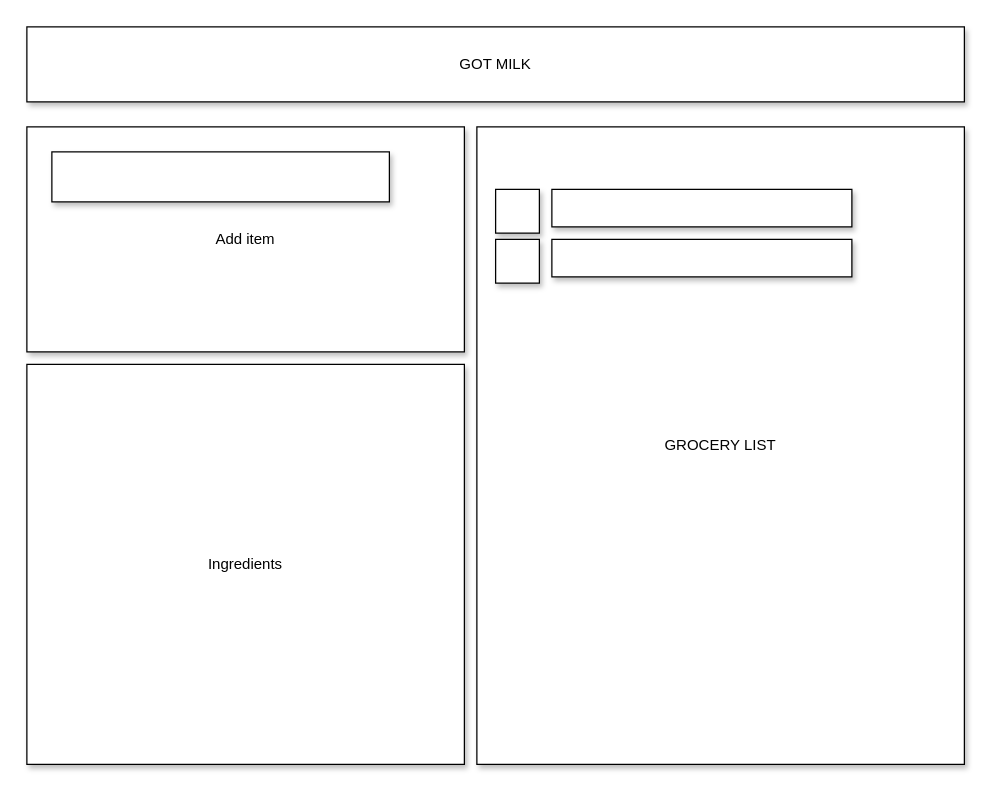
teshome28sara/Got_Milk- keeps this draw.io diagram as page "Dashboard" (3 of 4) of Planning/project.drawio. Above is the earlier version. Source tidied: cells renumbered, new cells numbered last; positions are measured from the earlier drawing's top-left corner, leaving out a move shared by most shapes. Both pictures are drawn from the tidied source at 125%, with x=0, y=0 at pixel (26, 26).
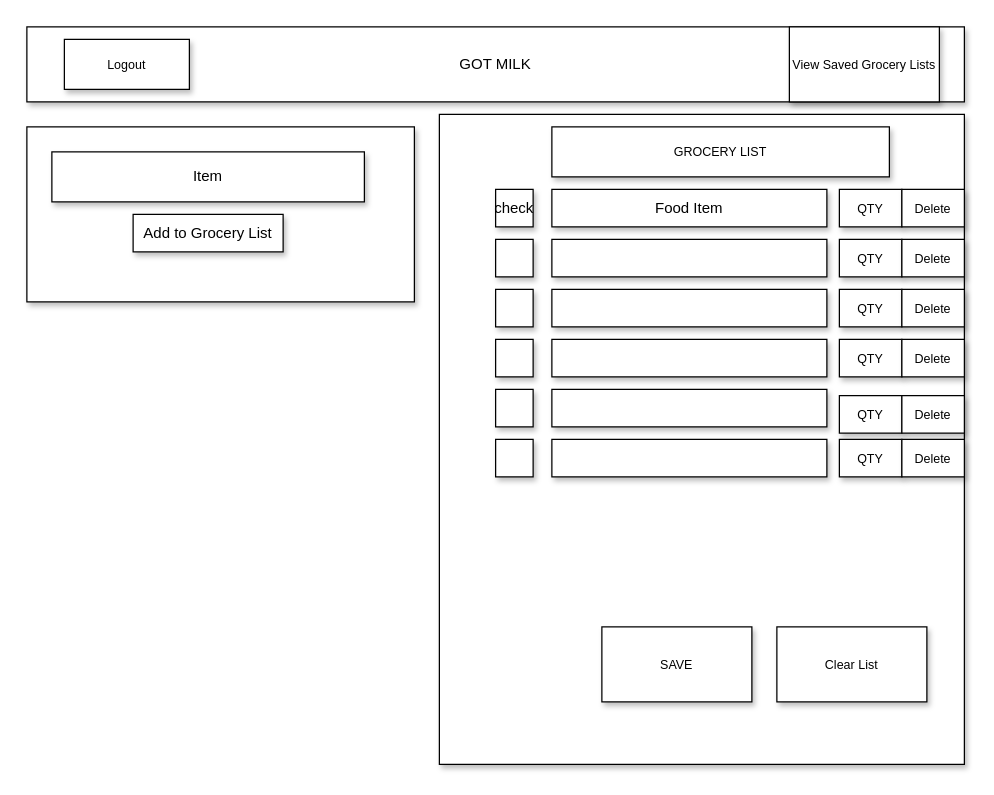
The same page after the edit.

Commit message:
added webpage layout

Change to the diagram source:
```diff
@@
-    <mxCell id="3" value="Add item" style="rounded=0;whiteSpace=wrap;html=1;shadow=1;" parent="1" vertex="1">
-      <mxGeometry y="80" width="350" height="180" as="geometry" />
+    <mxCell id="3" style="rounded=0;whiteSpace=wrap;html=1;shadow=1;fontStyle=1;" parent="1" vertex="1">
+      <mxGeometry y="80" width="310" height="140" as="geometry" />
     </mxCell>
-    <mxCell id="4" value="GROCERY LIST" style="rounded=0;whiteSpace=wrap;html=1;shadow=1;" parent="1" vertex="1">
-      <mxGeometry x="360" y="80" width="390" height="510" as="geometry" />
+    <mxCell id="4" style="rounded=0;whiteSpace=wrap;html=1;shadow=1;" parent="1" vertex="1">
+      <mxGeometry x="330" y="70" width="420" height="520" as="geometry" />
     </mxCell>
-    <mxCell id="5" value="Ingredients" style="rounded=0;whiteSpace=wrap;html=1;shadow=1;" parent="1" vertex="1">
-      <mxGeometry y="270" width="350" height="320" as="geometry" />
-    </mxCell>
-    <mxCell id="6" style="rounded=0;whiteSpace=wrap;html=1;shadow=1;" parent="1" vertex="1">
-      <mxGeometry x="20" y="100" width="270" height="40" as="geometry" />
+    <mxCell id="6" value="Item" style="rounded=0;whiteSpace=wrap;html=1;shadow=1;" parent="1" vertex="1">
+      <mxGeometry x="20" y="100" width="250" height="40" as="geometry" />
     </mxCell>
-    <mxCell id="7" style="rounded=0;whiteSpace=wrap;html=1;shadow=1;" parent="1" vertex="1">
-      <mxGeometry x="420" y="130" width="240" height="30" as="geometry" />
+    <mxCell id="7" value="Food Item" style="rounded=0;whiteSpace=wrap;html=1;shadow=1;" parent="1" vertex="1">
+      <mxGeometry x="420" y="130" width="220" height="30" as="geometry" />
     </mxCell>
     <mxCell id="8" style="rounded=0;whiteSpace=wrap;html=1;shadow=1;" parent="1" vertex="1">
-      <mxGeometry x="420" y="170" width="240" height="30" as="geometry" />
+      <mxGeometry x="420" y="170" width="220" height="30" as="geometry" />
     </mxCell>
-    <mxCell id="9" style="whiteSpace=wrap;html=1;shadow=1;" parent="1" vertex="1">
-      <mxGeometry x="375" y="130" width="35" height="35" as="geometry" />
+    <mxCell id="9" value="check" style="whiteSpace=wrap;html=1;shadow=1;" parent="1" vertex="1">
+      <mxGeometry x="375" y="130" width="30" height="30" as="geometry" />
     </mxCell>
     <mxCell id="10" style="whiteSpace=wrap;html=1;shadow=1;" parent="1" vertex="1">
-      <mxGeometry x="375" y="170" width="35" height="35" as="geometry" />
+      <mxGeometry x="375" y="170" width="30" height="30" as="geometry" />
     </mxCell>
+    <mxCell id="11" value="&lt;font style=&quot;font-size: 10px&quot;&gt;QTY&lt;/font&gt;" style="rounded=0;whiteSpace=wrap;html=1;shadow=1;" parent="1" vertex="1">
+      <mxGeometry x="650" y="130" width="50" height="30" as="geometry" />
+    </mxCell>
+    <mxCell id="12" style="rounded=0;whiteSpace=wrap;html=1;shadow=1;" parent="1" vertex="1">
+      <mxGeometry x="420" y="210" width="220" height="30" as="geometry" />
+    </mxCell>
+    <mxCell id="13" style="whiteSpace=wrap;html=1;shadow=1;" parent="1" vertex="1">
+      <mxGeometry x="375" y="210" width="30" height="30" as="geometry" />
+    </mxCell>
+    <mxCell id="14" style="rounded=0;whiteSpace=wrap;html=1;shadow=1;" parent="1" vertex="1">
+      <mxGeometry x="420" y="250" width="220" height="30" as="geometry" />
+    </mxCell>
+    <mxCell id="15" style="whiteSpace=wrap;html=1;shadow=1;" parent="1" vertex="1">
+      <mxGeometry x="375" y="250" width="30" height="30" as="geometry" />
+    </mxCell>
+    <mxCell id="16" style="rounded=0;whiteSpace=wrap;html=1;shadow=1;" parent="1" vertex="1">
+      <mxGeometry x="420" y="290" width="220" height="30" as="geometry" />
+    </mxCell>
+    <mxCell id="17" style="whiteSpace=wrap;html=1;shadow=1;" parent="1" vertex="1">
+      <mxGeometry x="375" y="290" width="30" height="30" as="geometry" />
+    </mxCell>
+    <mxCell id="18" style="rounded=0;whiteSpace=wrap;html=1;shadow=1;" parent="1" vertex="1">
+      <mxGeometry x="420" y="330" width="220" height="30" as="geometry" />
+    </mxCell>
+    <mxCell id="19" style="whiteSpace=wrap;html=1;shadow=1;" parent="1" vertex="1">
+      <mxGeometry x="375" y="330" width="30" height="30" as="geometry" />
+    </mxCell>
+    <mxCell id="20" value="Add to Grocery List" style="rounded=0;whiteSpace=wrap;html=1;shadow=1;" parent="1" vertex="1">
+      <mxGeometry x="85" y="150" width="120" height="30" as="geometry" />
+    </mxCell>
+    <mxCell id="21" value="Logout" style="rounded=0;whiteSpace=wrap;html=1;shadow=1;fontSize=10;" parent="1" vertex="1">
+      <mxGeometry x="30" y="10" width="100" height="40" as="geometry" />
+    </mxCell>
+    <mxCell id="22" value="GROCERY LIST" style="rounded=0;whiteSpace=wrap;html=1;shadow=1;fontSize=10;" parent="1" vertex="1">
+      <mxGeometry x="420" y="80" width="270" height="40" as="geometry" />
+    </mxCell>
+    <mxCell id="23" value="&lt;font style=&quot;font-size: 10px&quot;&gt;Delete&lt;/font&gt;" style="rounded=0;whiteSpace=wrap;html=1;shadow=1;" parent="1" vertex="1">
+      <mxGeometry x="700" y="130" width="50" height="30" as="geometry" />
+    </mxCell>
+    <mxCell id="24" value="&lt;font style=&quot;font-size: 10px&quot;&gt;QTY&lt;/font&gt;" style="rounded=0;whiteSpace=wrap;html=1;shadow=1;" parent="1" vertex="1">
+      <mxGeometry x="650" y="170" width="50" height="30" as="geometry" />
+    </mxCell>
+    <mxCell id="25" value="&lt;font style=&quot;font-size: 10px&quot;&gt;Delete&lt;/font&gt;" style="rounded=0;whiteSpace=wrap;html=1;shadow=1;" parent="1" vertex="1">
+      <mxGeometry x="700" y="170" width="50" height="30" as="geometry" />
+    </mxCell>
+    <mxCell id="26" value="&lt;font style=&quot;font-size: 10px&quot;&gt;QTY&lt;/font&gt;" style="rounded=0;whiteSpace=wrap;html=1;shadow=1;" parent="1" vertex="1">
+      <mxGeometry x="650" y="210" width="50" height="30" as="geometry" />
+    </mxCell>
+    <mxCell id="27" value="&lt;font style=&quot;font-size: 10px&quot;&gt;Delete&lt;/font&gt;" style="rounded=0;whiteSpace=wrap;html=1;shadow=1;" parent="1" vertex="1">
+      <mxGeometry x="700" y="210" width="50" height="30" as="geometry" />
+    </mxCell>
+    <mxCell id="28" value="&lt;font style=&quot;font-size: 10px&quot;&gt;QTY&lt;/font&gt;" style="rounded=0;whiteSpace=wrap;html=1;shadow=1;" parent="1" vertex="1">
+      <mxGeometry x="650" y="250" width="50" height="30" as="geometry" />
+    </mxCell>
+    <mxCell id="29" value="&lt;font style=&quot;font-size: 10px&quot;&gt;Delete&lt;/font&gt;" style="rounded=0;whiteSpace=wrap;html=1;shadow=1;" parent="1" vertex="1">
+      <mxGeometry x="700" y="250" width="50" height="30" as="geometry" />
+    </mxCell>
+    <mxCell id="30" value="&lt;font style=&quot;font-size: 10px&quot;&gt;QTY&lt;/font&gt;" style="rounded=0;whiteSpace=wrap;html=1;shadow=1;" parent="1" vertex="1">
+      <mxGeometry x="650" y="295" width="50" height="30" as="geometry" />
+    </mxCell>
+    <mxCell id="31" value="&lt;font style=&quot;font-size: 10px&quot;&gt;Delete&lt;/font&gt;" style="rounded=0;whiteSpace=wrap;html=1;shadow=1;" parent="1" vertex="1">
+      <mxGeometry x="700" y="295" width="50" height="30" as="geometry" />
+    </mxCell>
+    <mxCell id="32" value="&lt;font style=&quot;font-size: 10px&quot;&gt;QTY&lt;/font&gt;" style="rounded=0;whiteSpace=wrap;html=1;shadow=1;" parent="1" vertex="1">
+      <mxGeometry x="650" y="330" width="50" height="30" as="geometry" />
+    </mxCell>
+    <mxCell id="33" value="&lt;font style=&quot;font-size: 10px&quot;&gt;Delete&lt;/font&gt;" style="rounded=0;whiteSpace=wrap;html=1;shadow=1;" parent="1" vertex="1">
+      <mxGeometry x="700" y="330" width="50" height="30" as="geometry" />
+    </mxCell>
+    <mxCell id="34" value="SAVE" style="rounded=0;whiteSpace=wrap;html=1;shadow=1;fontSize=10;" parent="1" vertex="1">
+      <mxGeometry x="460" y="480" width="120" height="60" as="geometry" />
+    </mxCell>
+    <mxCell id="35" value="View Saved Grocery Lists" style="rounded=0;whiteSpace=wrap;html=1;shadow=1;fontSize=10;" parent="1" vertex="1">
+      <mxGeometry x="610" width="120" height="60" as="geometry" />
+    </mxCell>
+    <mxCell id="36" value="Clear List" style="rounded=0;whiteSpace=wrap;html=1;shadow=1;fontSize=10;" parent="1" vertex="1">
+      <mxGeometry x="600" y="480" width="120" height="60" as="geometry" />
+    </mxCell>
```
